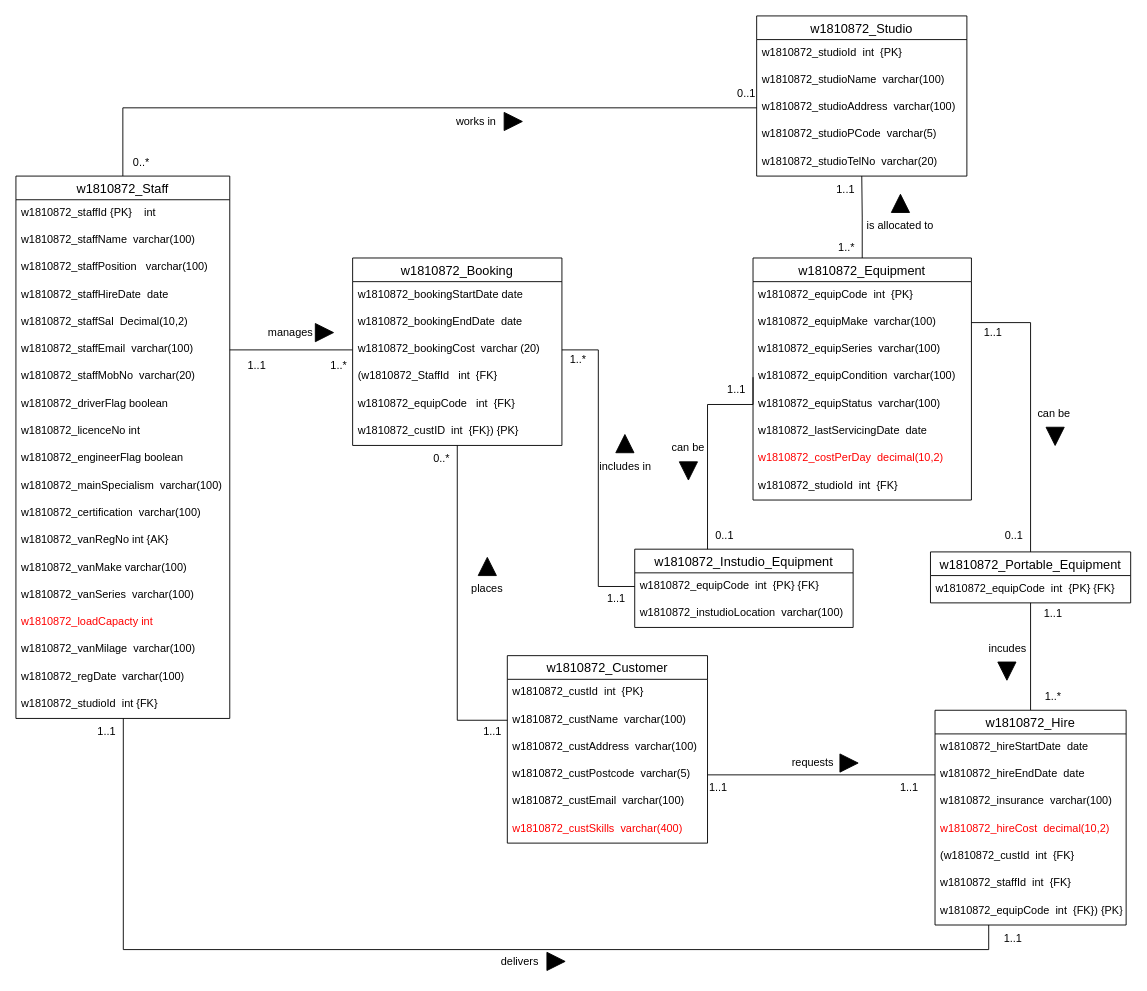
ChitharaKarunasekera/DatabaseSystemsCoursework keeps this draw.io diagram as Part B/Part_B.drawio. Above is the earlier version. Source tidied: cells renumbered, new cells numbered last; positions are measured from the earlier drawing's top-left corner, leaving out a move shared by most shapes. Both pictures are drawn from the tidied source at 91%, with x=0, y=0 at pixel (15, 15).
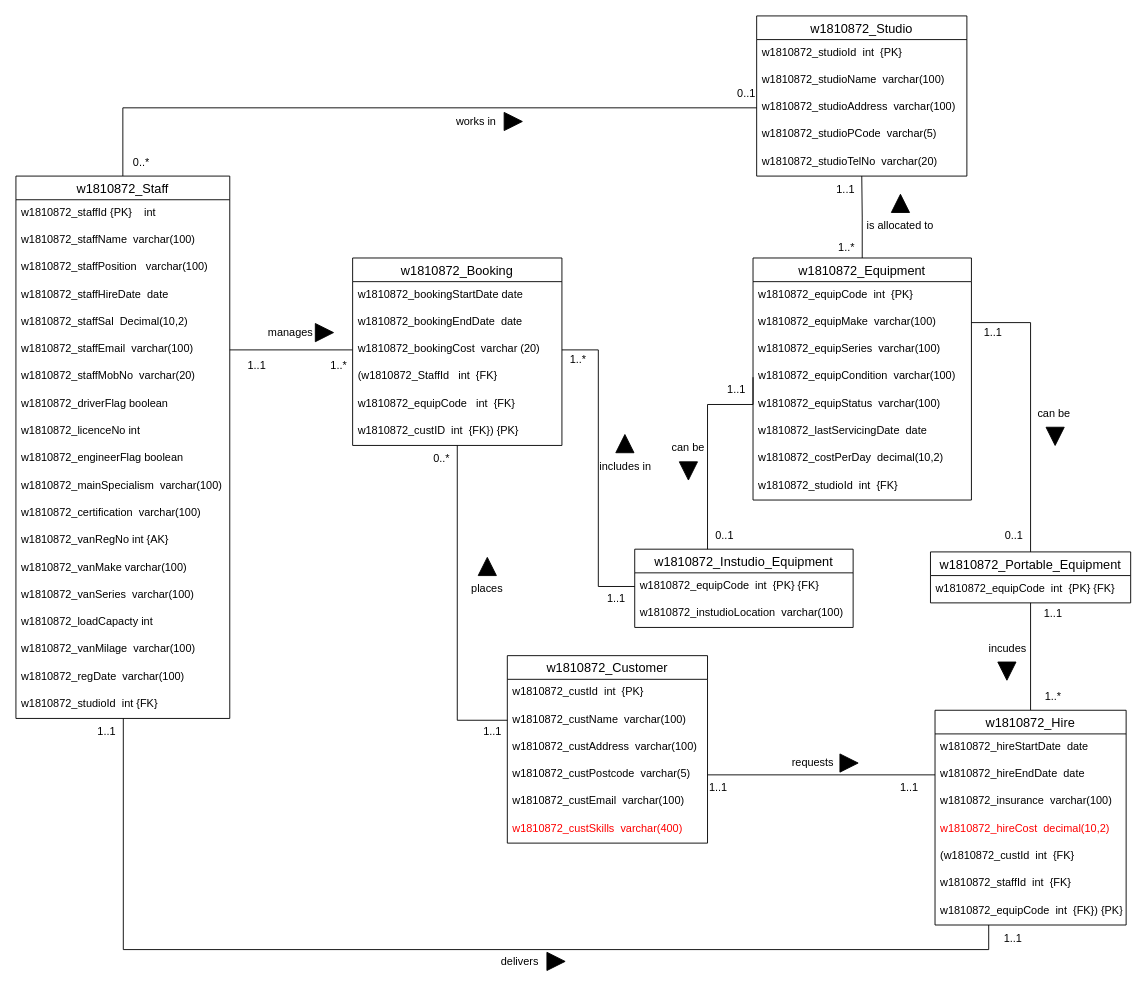
After the change.

Unchanged cells that the change refers to:
```xml
<mxCell id="3" value="w1810872_Staff" style="swimlane;fontStyle=0;horizontal=1;startSize=26;align=center;fontSize=14;" parent="1" vertex="1">
  <mxGeometry y="176" width="235" height="596" as="geometry" />
</mxCell>
<mxCell id="24" value="w1810872_Equipment" style="swimlane;fontStyle=0;horizontal=1;startSize=26;align=center;fontSize=14;fontColor=#000000;" parent="1" vertex="1">
  <mxGeometry x="810" y="266" width="240" height="266" as="geometry" />
</mxCell>
```

The edit, as a diff of the source:
```diff
@@
-    <mxCell id="19" value="w1810872_loadCapacty int" style="text;strokeColor=none;fillColor=none;spacingLeft=4;spacingRight=4;overflow=hidden;fontSize=12;fontColor=#FF0000;" parent="3" vertex="1">
+    <mxCell id="19" value="w1810872_loadCapacty int" style="text;strokeColor=none;fillColor=none;spacingLeft=4;spacingRight=4;overflow=hidden;fontSize=12;fontColor=#000000;" parent="3" vertex="1">
       <mxGeometry y="476" width="235" height="30" as="geometry" />
     </mxCell>
@@
-    <mxCell id="31" value="w1810872_costPerDay  decimal(10,2)" style="text;strokeColor=none;fillColor=none;spacingLeft=4;spacingRight=4;overflow=hidden;fontSize=12;fontColor=#FF0000;" parent="24" vertex="1">
+    <mxCell id="31" value="w1810872_costPerDay  decimal(10,2)" style="text;strokeColor=none;fillColor=none;spacingLeft=4;spacingRight=4;overflow=hidden;fontSize=12;fontColor=#000000;" parent="24" vertex="1">
       <mxGeometry y="206" width="240" height="30" as="geometry" />
     </mxCell>
```
